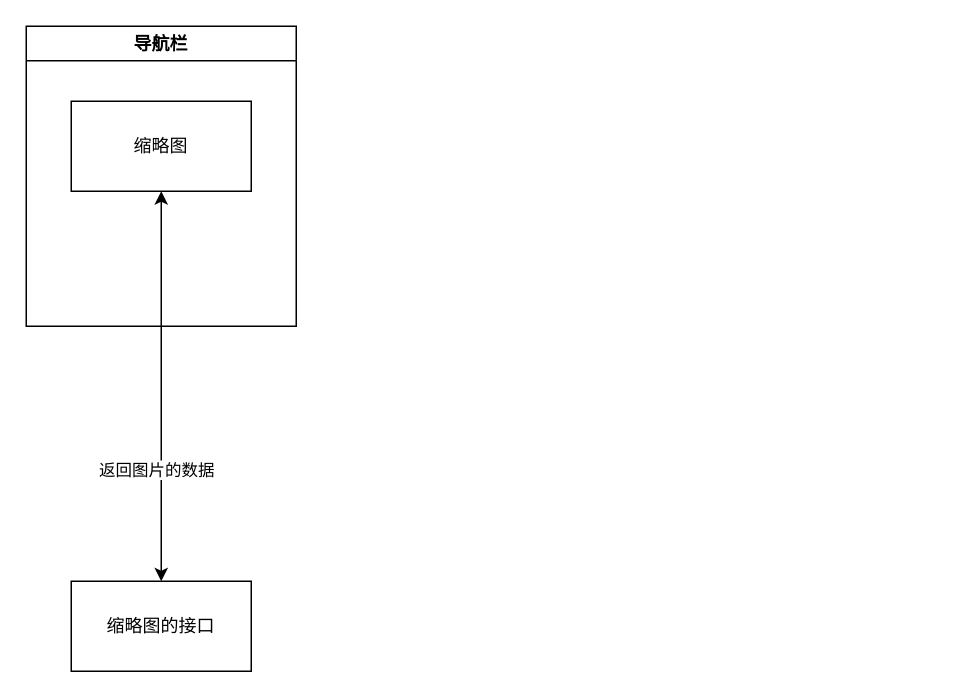
The draw.io diagram drawio/dicom整体设计.drawio in wangyunhuan895-eng/images, before the edit. Source tidied: cells renumbered, new cells numbered last; positions are measured from the earlier drawing's top-left corner, leaving out a move shared by most shapes. Both pictures are drawn from the tidied source at 150%, with x=0, y=0 at pixel (26, 26).
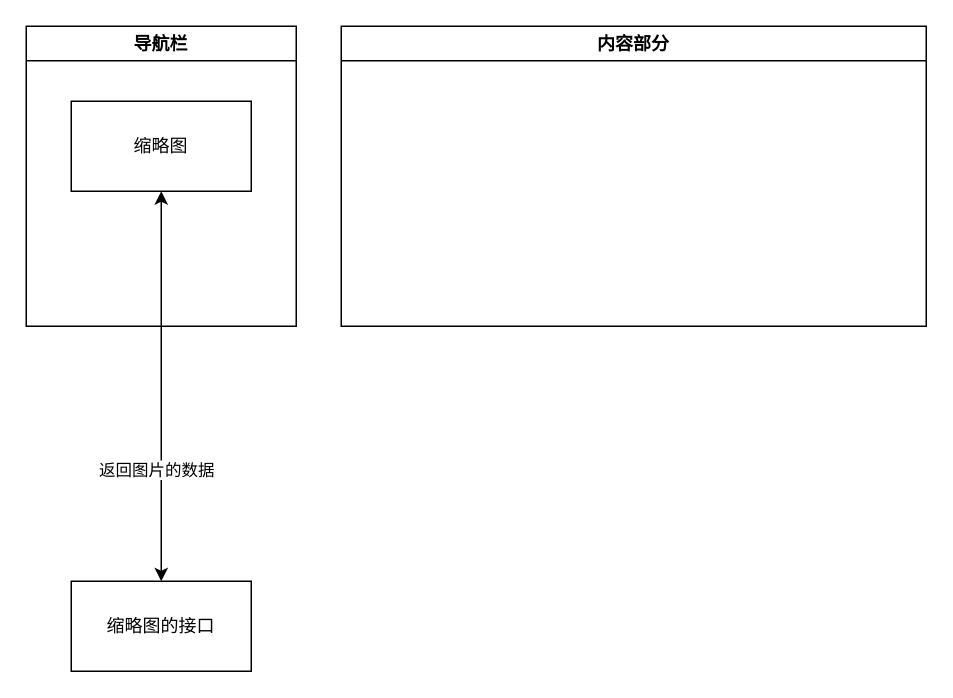
After the change.

Commit message (it also covers changes not shown here):
更新dicom整体设计.drawio

Diff of the diagram source:
```diff
@@
 <mxGraphModel>
   <root>
     <mxCell id="0" />
     <mxCell id="1" parent="0" />
     <mxCell id="2" value="导航栏" style="swimlane;whiteSpace=wrap;html=1;" parent="1" vertex="1">
       <mxGeometry width="180" height="200" as="geometry" />
     </mxCell>
     <mxCell id="3" value="缩略图" style="rounded=0;whiteSpace=wrap;html=1;" parent="2" vertex="1">
       <mxGeometry x="30" y="50" width="120" height="60" as="geometry" />
     </mxCell>
     <mxCell id="4" value="缩略图的接口" style="rounded=0;whiteSpace=wrap;html=1;" parent="1" vertex="1">
       <mxGeometry x="30" y="370" width="120" height="60" as="geometry" />
     </mxCell>
     <mxCell id="5" style="rounded=0;jettySize=auto;html=1;exitX=0.5;exitY=1;exitDx=0;exitDy=0;entryX=0.5;entryY=0;entryDx=0;entryDy=0;startArrow=classic;startFill=1;" parent="1" edge="1" source="3" target="4">
       <mxGeometry relative="1" as="geometry" />
     </mxCell>
     <mxCell id="6" value="返回图片的数据" style="edgeLabel;html=1;align=center;verticalAlign=middle;" parent="5" vertex="1">
       <mxGeometry x="0.42" y="-4" relative="1" as="geometry" />
     </mxCell>
+    <mxCell id="7" value="内容部分" style="swimlane;whiteSpace=wrap;html=1;" parent="1" vertex="1">
+      <mxGeometry x="210" width="390" height="200" as="geometry" />
+    </mxCell>
   </root>
 </mxGraphModel>
```
